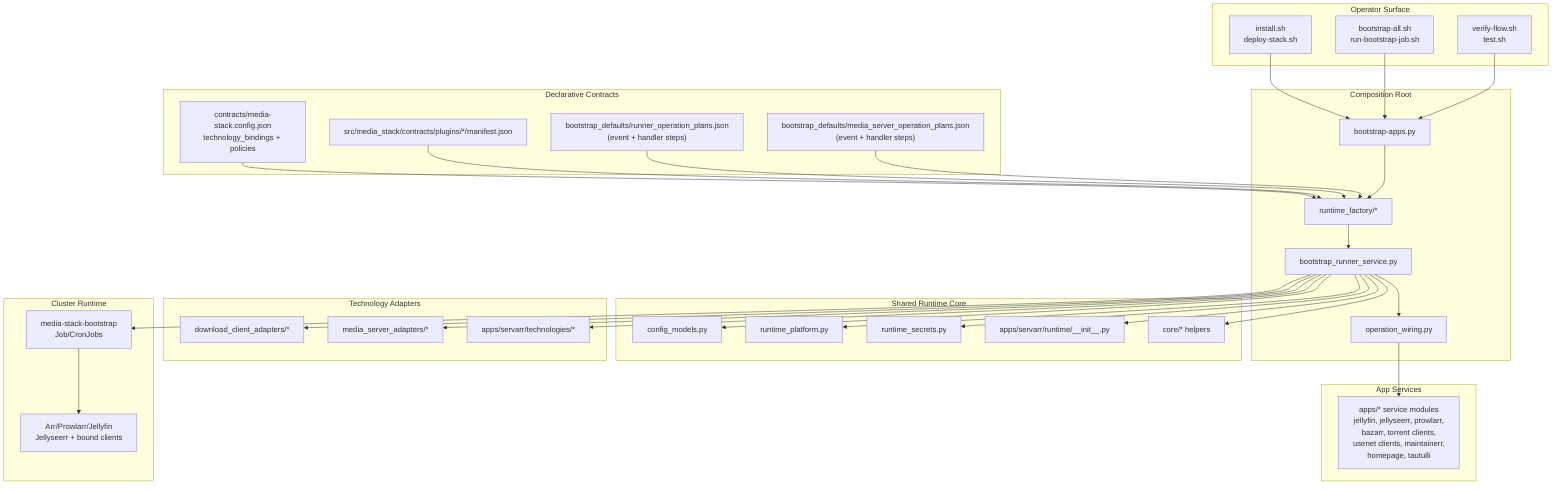
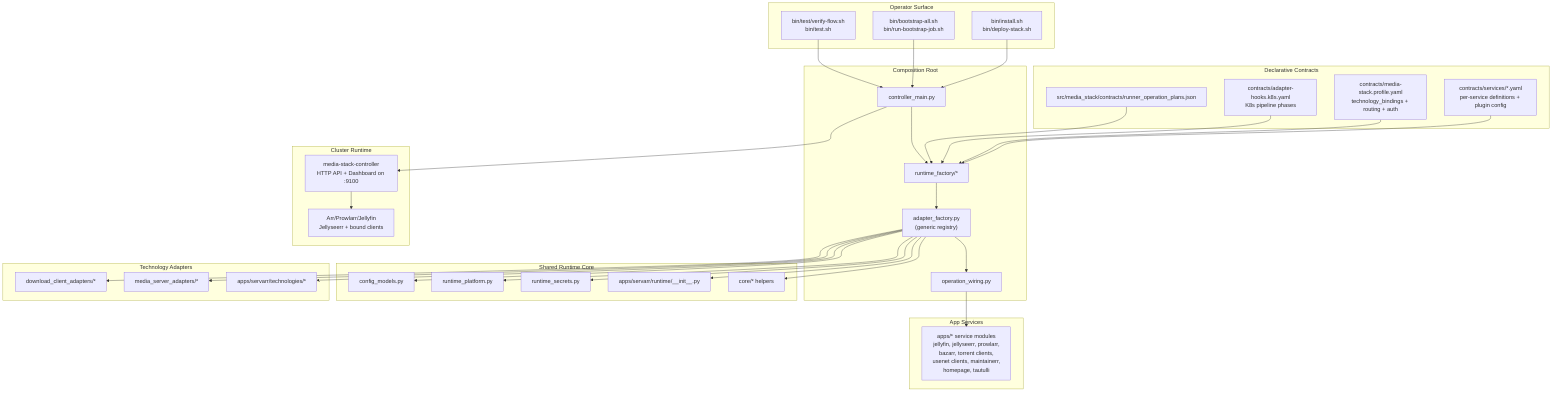
flowchart TD
  subgraph Operators[Operator Surface]
-     SH1["install.sh\ndeploy-stack.sh"]
-     SH2["bootstrap-all.sh\nrun-bootstrap-job.sh"]
-     SH3["verify-flow.sh\ntest.sh"]
+     SH1["bin/install.sh\nbin/deploy-stack.sh"]
+     SH2["bin/bootstrap-all.sh\nbin/run-bootstrap-job.sh"]
+     SH3["bin/test/verify-flow.sh\nbin/test.sh"]
  end

  subgraph Contracts[Declarative Contracts]
-     CFG["contracts/media-stack.config.json\ntechnology_bindings + policies"]
-     PM["src/media_stack/contracts/plugins/*/manifest.json"]
-     RPLAN["bootstrap_defaults/runner_operation_plans.json\n(event + handler steps)"]
-     MPLAN["bootstrap_defaults/media_server_operation_plans.json\n(event + handler steps)"]
+     SVC["contracts/services/*.yaml\nper-service definitions + plugin config"]
+     PROF["contracts/media-stack.profile.yaml\ntechnology_bindings + routing + auth"]
+     K8S["contracts/adapter-hooks.k8s.yaml\nK8s pipeline phases"]
+     RPLAN["src/media_stack/contracts/runner_operation_plans.json"]
  end

  subgraph Entry[Composition Root]
-     MAIN["bootstrap-apps.py"]
+     MAIN["controller_main.py"]
    RF["runtime_factory/*"]
-     RUN["bootstrap_runner_service.py"]
+     REG["adapter_factory.py\n(generic registry)"]
    WIRE["operation_wiring.py"]
  end

  subgraph Core[Shared Runtime Core]
    CFGM["config_models.py"]
    CORE_RT["runtime_platform.py"]
    CORE_SEC["runtime_secrets.py"]
    ARR["apps/servarr/runtime/__init__.py"]
    LIB["core/* helpers"]
  end

  subgraph Adapters[Technology Adapters]
    DL["download_client_adapters/*"]
    MS["media_server_adapters/*"]
    SA["apps/servarr/technologies/*"]
  end

  subgraph AppSvc[App Services]
    APPMOD["apps/* service modules\njellyfin, jellyseerr, prowlarr,\nbazarr, torrent clients,\nusenet clients, maintainerr,\nhomepage, tautulli"]
  end

  subgraph Runtime[Cluster Runtime]
-     JOB["media-stack-bootstrap\nJob/CronJobs"]
+     CTRL["media-stack-controller\nHTTP API + Dashboard on :9100"]
    APPS["Arr/Prowlarr/Jellyfin\nJellyseerr + bound clients"]
  end

  SH1 --> MAIN
  SH2 --> MAIN
  SH3 --> MAIN

-   CFG --> RF
-   PM --> RF
+   SVC --> RF
+   PROF --> RF
+   K8S --> RF
  RPLAN --> RF
-   MPLAN --> RF

-   MAIN --> RF --> RUN --> WIRE
+   MAIN --> RF --> REG --> WIRE

-   RUN --> CFGM
-   RUN --> CORE_RT
-   RUN --> CORE_SEC
-   RUN --> ARR
-   RUN --> LIB
+   REG --> CFGM
+   REG --> CORE_RT
+   REG --> CORE_SEC
+   REG --> ARR
+   REG --> LIB

-   RUN --> DL
-   RUN --> MS
-   RUN --> SA
+   REG --> DL
+   REG --> MS
+   REG --> SA

  WIRE --> APPMOD

-   RUN --> JOB --> APPS
+   MAIN --> CTRL --> APPS
